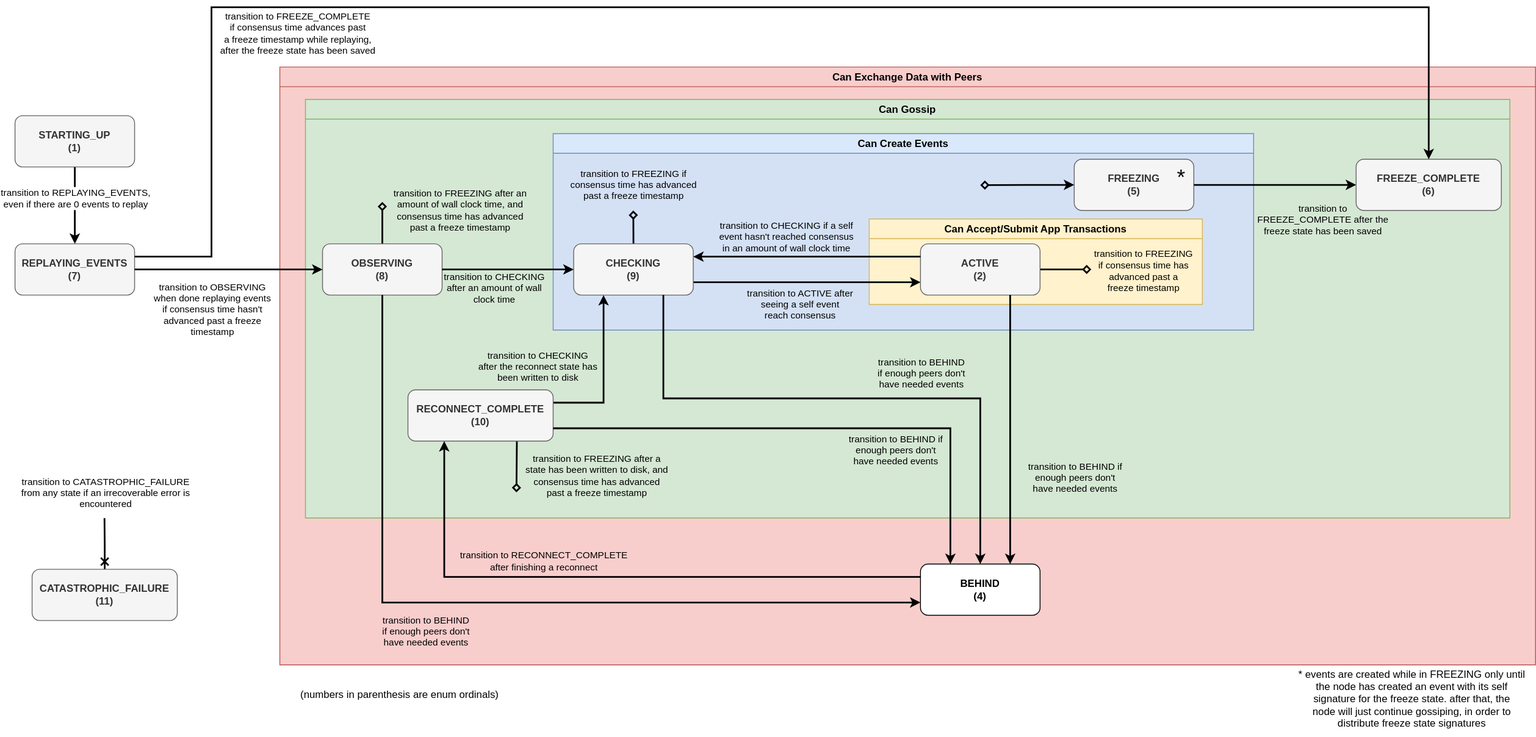
Earlier version of the draw.io export platform-sdk/docs/core/platform-status-transitions.svg (hashgraph/hedera-services). Source tidied: cells renumbered, new cells last; positions are measured from the earlier drawing's top-left corner, leaving out a move shared by most shapes.
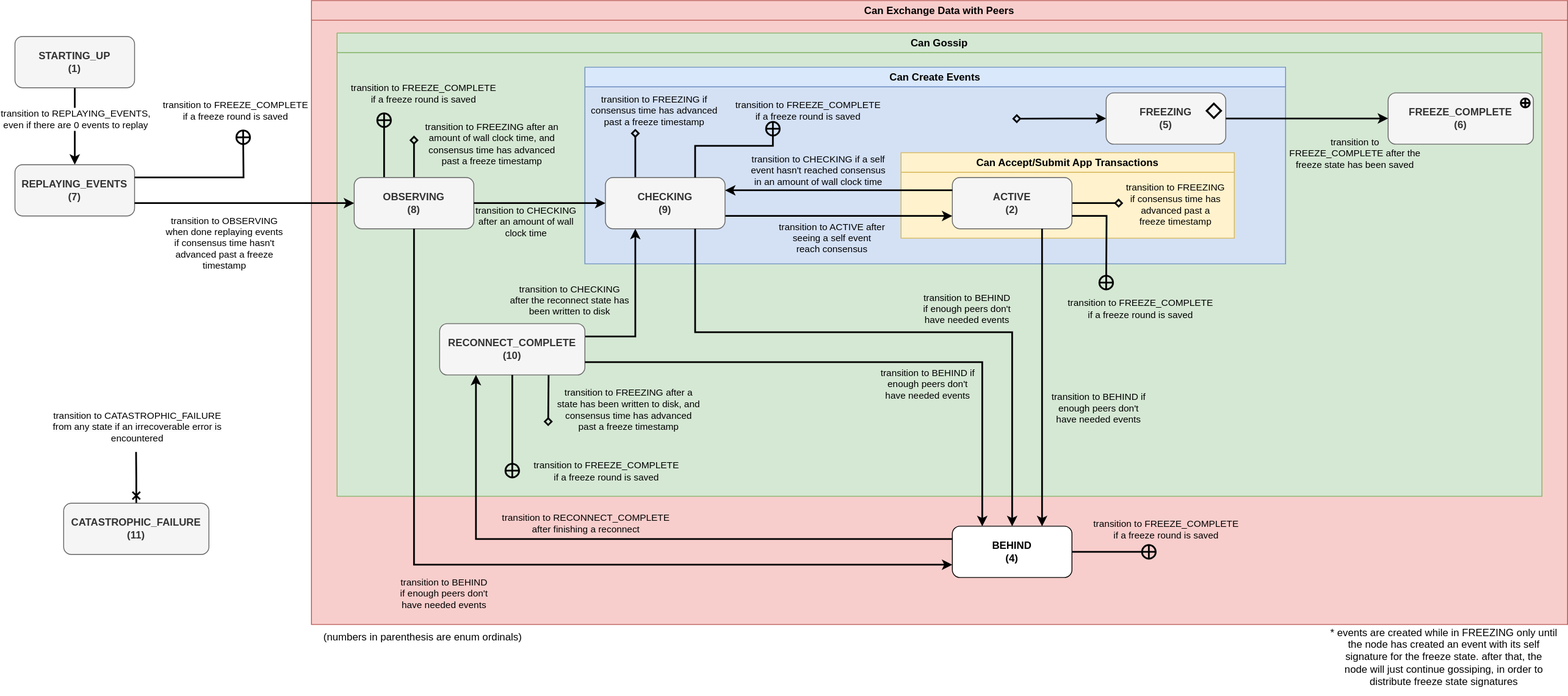
After the change.

The edit, as a diff of the source:
```diff
@@ -11,10 +11,10 @@
       </mxGeometry>
     </mxCell>
     <mxCell id="4" value="&lt;b&gt;STARTING_UP &lt;br&gt;(1)&lt;/b&gt;" style="rounded=1;whiteSpace=wrap;html=1;fillColor=#f5f5f5;fontColor=#333333;strokeColor=#666666;" parent="1" vertex="1">
-      <mxGeometry y="127" width="140" height="60" as="geometry" />
+      <mxGeometry x="-37" y="112" width="140" height="60" as="geometry" />
     </mxCell>
     <mxCell id="5" value="&lt;b&gt;REPLAYING_EVENTS (7)&lt;/b&gt;" style="rounded=1;whiteSpace=wrap;html=1;fillColor=#f5f5f5;fontColor=#333333;strokeColor=#666666;" parent="1" vertex="1">
-      <mxGeometry y="277" width="140" height="60" as="geometry" />
+      <mxGeometry x="-37" y="262" width="140" height="60" as="geometry" />
     </mxCell>
     <mxCell id="6" style="edgeStyle=orthogonalEdgeStyle;rounded=0;jettySize=auto;html=1;exitX=0.5;exitY=0;exitDx=0;exitDy=0;endArrow=none;endFill=0;strokeWidth=2;startArrow=cross;startFill=0;" parent="1" edge="1" source="8">
       <mxGeometry relative="1" as="geometry">
@@ -30,10 +30,10 @@
       <mxGeometry x="20" y="658.2" width="170" height="60" as="geometry" />
     </mxCell>
     <mxCell id="9" value="Can Exchange Data with Peers" style="swimlane;whiteSpace=wrap;html=1;fillColor=#f8cecc;strokeColor=#b85450;fillStyle=auto;swimlaneFillColor=#F8CECC;" parent="1" vertex="1">
-      <mxGeometry x="310" y="70" width="1470" height="700" as="geometry" />
+      <mxGeometry x="310" y="70" width="1470" height="730" as="geometry" />
     </mxCell>
     <mxCell id="10" value="Can Gossip" style="swimlane;whiteSpace=wrap;html=1;fillColor=#d5e8d4;strokeColor=#82b366;gradientColor=none;fillStyle=auto;swimlaneFillColor=#D5E8D4;" parent="9" vertex="1">
-      <mxGeometry x="30" y="38" width="1410" height="490" as="geometry" />
+      <mxGeometry x="30" y="38" width="1410" height="542" as="geometry" />
     </mxCell>
     <mxCell id="11" value="Can Create&amp;nbsp;Events" style="swimlane;whiteSpace=wrap;html=1;fillColor=#dae8fc;strokeColor=#6c8ebf;fillStyle=auto;swimlaneFillColor=#D4E1F5;" parent="10" vertex="1">
       <mxGeometry x="290" y="40" width="820" height="230" as="geometry" />
@@ -70,14 +70,17 @@
         <mxPoint x="-51" y="25" as="offset" />
       </mxGeometry>
     </mxCell>
-    <mxCell id="20" style="edgeStyle=orthogonalEdgeStyle;rounded=0;jettySize=auto;html=1;exitX=0.5;exitY=0;exitDx=0;exitDy=0;strokeWidth=2;endArrow=diamond;endFill=0;" parent="11" edge="1" source="22">
+    <mxCell id="20" style="edgeStyle=orthogonalEdgeStyle;rounded=0;jettySize=auto;html=1;exitX=0.25;exitY=0;exitDx=0;exitDy=0;strokeWidth=2;endArrow=diamond;endFill=0;" parent="11" edge="1" source="22">
       <mxGeometry relative="1" as="geometry">
-        <mxPoint x="93.8" y="90" as="targetPoint" />
+        <mxPoint x="59" y="72" as="targetPoint" />
+        <Array as="points">
+          <mxPoint x="59" y="82" />
+        </Array>
       </mxGeometry>
     </mxCell>
     <mxCell id="21" value="transition to FREEZING if&lt;br style=&quot;border-color: var(--border-color);&quot;&gt;&lt;span style=&quot;&quot;&gt;consensus time has advanced&lt;/span&gt;&lt;br style=&quot;border-color: var(--border-color);&quot;&gt;&lt;span style=&quot;&quot;&gt;past a freeze timestamp&lt;/span&gt;" style="edgeLabel;html=1;align=center;verticalAlign=middle;labelBackgroundColor=none;" parent="20" vertex="1">
       <mxGeometry x="0.05" relative="1" as="geometry">
-        <mxPoint y="-49" as="offset" />
+        <mxPoint x="21" y="-49" as="offset" />
       </mxGeometry>
     </mxCell>
     <mxCell id="22" value="&lt;b&gt;CHECKING&lt;br&gt;(9)&lt;br&gt;&lt;/b&gt;" style="rounded=1;whiteSpace=wrap;html=1;fillColor=#f5f5f5;fontColor=#333333;strokeColor=#666666;" parent="11" vertex="1">
@@ -91,8 +94,8 @@
         <mxPoint x="30" y="-25" as="offset" />
       </mxGeometry>
     </mxCell>
-    <mxCell id="25" value="&lt;font style=&quot;font-size: 25px;&quot;&gt;*&lt;/font&gt;" style="text;html=1;align=center;verticalAlign=middle;strokeColor=none;fillColor=none;" parent="11" vertex="1">
-      <mxGeometry x="720" y="30" width="30" height="40" as="geometry" />
+    <mxCell id="25" value="&lt;font size=&quot;1&quot; style=&quot;&quot;&gt;&lt;b style=&quot;font-size: 24px;&quot;&gt;◇&lt;/b&gt;&lt;/font&gt;" style="text;html=1;align=center;verticalAlign=middle;strokeColor=none;fillColor=none;" parent="11" vertex="1">
+      <mxGeometry x="715" y="30" width="40" height="40" as="geometry" />
     </mxCell>
     <mxCell id="26" style="edgeStyle=orthogonalEdgeStyle;rounded=0;jettySize=auto;html=1;exitX=0.5;exitY=0;exitDx=0;exitDy=0;endArrow=diamond;endFill=0;strokeWidth=2;" parent="10" edge="1" source="28">
       <mxGeometry relative="1" as="geometry">
@@ -104,6 +107,16 @@
         <mxPoint x="91" y="-12" as="offset" />
       </mxGeometry>
     </mxCell>
+    <mxCell id="56" style="edgeStyle=orthogonalEdgeStyle;rounded=0;jettySize=auto;html=1;exitX=0.25;exitY=0;exitDx=0;exitDy=0;endArrow=circlePlus;endFill=0;strokeWidth=2;" parent="10" edge="1" source="28">
+      <mxGeometry relative="1" as="geometry">
+        <mxPoint x="55" y="92" as="targetPoint" />
+      </mxGeometry>
+    </mxCell>
+    <mxCell id="57" value="transition to FREEZE_COMPLETE&lt;br&gt;if a freeze round is saved" style="edgeLabel;html=1;align=center;verticalAlign=middle;labelBackgroundColor=none;" parent="56" vertex="1">
+      <mxGeometry x="0.77" y="-3" relative="1" as="geometry">
+        <mxPoint x="42" y="-31" as="offset" />
+      </mxGeometry>
+    </mxCell>
     <mxCell id="28" value="&lt;b&gt;OBSERVING&lt;br&gt;(8)&lt;br&gt;&lt;/b&gt;" style="rounded=1;whiteSpace=wrap;html=1;fillColor=#f5f5f5;fontColor=#333333;strokeColor=#666666;" parent="10" vertex="1">
       <mxGeometry x="20" y="169" width="140" height="60" as="geometry" />
     </mxCell>
@@ -136,7 +149,7 @@
     <mxCell id="35" value="&lt;b&gt;RECONNECT_COMPLETE&lt;br&gt;(10)&lt;br&gt;&lt;/b&gt;" style="rounded=1;whiteSpace=wrap;html=1;fillColor=#f5f5f5;fontColor=#333333;strokeColor=#666666;" parent="10" vertex="1">
       <mxGeometry x="120" y="340" width="170" height="60" as="geometry" />
     </mxCell>
-    <mxCell id="36" value="&lt;b&gt;FREEZE_COMPLETE&lt;br&gt;(6)&lt;br&gt;&lt;/b&gt;" style="rounded=1;whiteSpace=wrap;html=1;fillColor=#f5f5f5;fontColor=#333333;strokeColor=#666666;" parent="10" vertex="1">
+    <mxCell id="36" value="&lt;b&gt;FREEZE_COMPLETE&lt;br&gt;&lt;/b&gt;&lt;b&gt;(6)&lt;br&gt;&lt;/b&gt;" style="rounded=1;whiteSpace=wrap;html=1;fillColor=#f5f5f5;fontColor=#333333;strokeColor=#666666;" parent="10" vertex="1">
       <mxGeometry x="1230" y="70" width="170" height="60" as="geometry" />
     </mxCell>
     <mxCell id="37" style="edgeStyle=orthogonalEdgeStyle;rounded=0;jettySize=auto;html=1;exitX=1;exitY=0.5;exitDx=0;exitDy=0;strokeWidth=2;" parent="10" edge="1" source="17" target="36">
@@ -147,21 +160,29 @@
         <mxPoint x="44" y="41" as="offset" />
       </mxGeometry>
     </mxCell>
+    <mxCell id="58" value="&lt;b&gt;&lt;font style=&quot;font-size: 18px;&quot;&gt;⊕&lt;/font&gt;&lt;/b&gt;" style="text;html=1;align=center;verticalAlign=middle;strokeColor=none;fillColor=none;" parent="10" vertex="1">
+      <mxGeometry x="1370" y="62" width="40" height="40" as="geometry" />
+    </mxCell>
     <mxCell id="39" value="&lt;b&gt;BEHIND&lt;br&gt;(4)&lt;br&gt;&lt;/b&gt;" style="rounded=1;whiteSpace=wrap;html=1;" parent="9" vertex="1">
-      <mxGeometry x="750" y="582" width="140" height="60" as="geometry" />
+      <mxGeometry x="750" y="615" width="140" height="60" as="geometry" />
     </mxCell>
     <mxCell id="40" style="edgeStyle=orthogonalEdgeStyle;rounded=0;jettySize=auto;html=1;exitX=0.75;exitY=1;exitDx=0;exitDy=0;strokeWidth=2;entryX=0.75;entryY=0;entryDx=0;entryDy=0;" parent="9" edge="1" source="15" target="39">
-      <mxGeometry relative="1" as="geometry" />
+      <mxGeometry relative="1" as="geometry">
+        <Array as="points">
+          <mxPoint x="855" y="280" />
+          <mxPoint x="855" y="280" />
+        </Array>
+      </mxGeometry>
     </mxCell>
     <mxCell id="41" value="transition to BEHIND if&lt;br&gt;enough peers don't&lt;br&gt;have needed events" style="edgeLabel;html=1;align=center;verticalAlign=middle;labelBackgroundColor=none;" parent="40" vertex="1">
       <mxGeometry x="-0.1" relative="1" as="geometry">
-        <mxPoint x="75" y="71" as="offset" />
+        <mxPoint x="65" y="52" as="offset" />
       </mxGeometry>
     </mxCell>
     <mxCell id="42" style="edgeStyle=orthogonalEdgeStyle;rounded=0;jettySize=auto;html=1;exitX=0.5;exitY=1;exitDx=0;exitDy=0;entryX=0;entryY=0.75;entryDx=0;entryDy=0;strokeWidth=2;" parent="9" edge="1" source="28" target="39">
       <mxGeometry relative="1" as="geometry">
         <Array as="points">
-          <mxPoint x="120" y="627" />
+          <mxPoint x="120" y="660" />
         </Array>
       </mxGeometry>
     </mxCell>
@@ -175,7 +196,7 @@
     </mxCell>
     <mxCell id="45" value="transition to RECONNECT_COMPLETE&lt;br&gt;after finishing a reconnect" style="edgeLabel;html=1;align=center;verticalAlign=middle;labelBackgroundColor=none;" parent="44" vertex="1">
       <mxGeometry x="-0.01" relative="1" as="geometry">
-        <mxPoint x="-87" y="-19" as="offset" />
+        <mxPoint x="-58" y="-19" as="offset" />
       </mxGeometry>
     </mxCell>
     <mxCell id="46" style="edgeStyle=orthogonalEdgeStyle;rounded=0;jettySize=auto;html=1;exitX=0.75;exitY=1;exitDx=0;exitDy=0;entryX=0.5;entryY=0;entryDx=0;entryDy=0;strokeWidth=2;" parent="9" edge="1" source="22" target="39">
@@ -188,7 +209,7 @@
     </mxCell>
     <mxCell id="47" value="transition to BEHIND&lt;br style=&quot;border-color: var(--border-color);&quot;&gt;&lt;span style=&quot;&quot;&gt;if enough peers don't&lt;/span&gt;&lt;br style=&quot;border-color: var(--border-color);&quot;&gt;&lt;span style=&quot;&quot;&gt;have needed events&lt;/span&gt;" style="edgeLabel;html=1;align=center;verticalAlign=middle;labelBackgroundColor=none;" parent="46" vertex="1">
       <mxGeometry x="0.39" y="1" relative="1" as="geometry">
-        <mxPoint x="-55" y="-29" as="offset" />
+        <mxPoint x="-55" y="-36" as="offset" />
       </mxGeometry>
     </mxCell>
     <mxCell id="48" style="edgeStyle=orthogonalEdgeStyle;rounded=0;jettySize=auto;html=1;exitX=1;exitY=0.75;exitDx=0;exitDy=0;entryX=0.25;entryY=0;entryDx=0;entryDy=0;strokeWidth=2;" parent="9" edge="1" source="35" target="39">
@@ -196,10 +217,10 @@
     </mxCell>
     <mxCell id="49" value="transition to BEHIND if&lt;br&gt;enough peers don't&lt;br&gt;have needed events" style="edgeLabel;html=1;align=center;verticalAlign=middle;labelBackgroundColor=none;" parent="48" vertex="1">
       <mxGeometry x="0.03" y="-1" relative="1" as="geometry">
-        <mxPoint x="79" y="24" as="offset" />
+        <mxPoint x="62" y="24" as="offset" />
       </mxGeometry>
     </mxCell>
-    <mxCell id="50" style="edgeStyle=orthogonalEdgeStyle;rounded=0;jettySize=auto;html=1;exitX=1;exitY=0.5;exitDx=0;exitDy=0;strokeWidth=2;" parent="1" edge="1" source="5" target="28">
+    <mxCell id="50" style="edgeStyle=orthogonalEdgeStyle;rounded=0;jettySize=auto;html=1;exitX=1;exitY=0.75;exitDx=0;exitDy=0;strokeWidth=2;" parent="1" edge="1" source="5" target="28">
       <mxGeometry relative="1" as="geometry" />
     </mxCell>
     <mxCell id="51" value="transition to OBSERVING&lt;br&gt;when done replaying events&lt;br&gt;if consensus time hasn't&lt;br&gt;advanced past a freeze&lt;br&gt;timestamp" style="edgeLabel;html=1;align=center;verticalAlign=middle;" parent="50" vertex="1">
@@ -208,24 +229,64 @@
       </mxGeometry>
     </mxCell>
     <mxCell id="52" value="* events are created while in FREEZING only until&lt;br&gt;the node has created an event with its self&lt;br&gt;signature for the freeze state. after that, the&lt;br&gt;node will just continue gossiping, in order to&lt;br&gt;distribute freeze state signatures" style="text;html=1;align=center;verticalAlign=middle;strokeColor=none;fillColor=none;" parent="1" vertex="1">
-      <mxGeometry x="1490" y="765" width="290" height="90" as="geometry" />
+      <mxGeometry x="1490" y="793" width="290" height="90" as="geometry" />
     </mxCell>
-    <mxCell id="53" style="edgeStyle=orthogonalEdgeStyle;rounded=0;jettySize=auto;html=1;exitX=1;exitY=0.25;exitDx=0;exitDy=0;entryX=0.5;entryY=0;entryDx=0;entryDy=0;strokeWidth=2;" parent="1" edge="1" source="5" target="36">
-      <mxGeometry relative="1" as="geometry">
-        <Array as="points">
-          <mxPoint x="230" y="292" />
-          <mxPoint x="230" />
-          <mxPoint x="1655" />
-        </Array>
-      </mxGeometry>
-    </mxCell>
-    <mxCell id="54" value="transition to FREEZE_COMPLETE&lt;br&gt;if consensus time advances past&lt;br&gt;a freeze timestamp while replaying,&lt;br&gt;after the freeze state has been saved" style="edgeLabel;html=1;align=center;verticalAlign=middle;" parent="53" vertex="1">
-      <mxGeometry x="-0.05" relative="1" as="geometry">
-        <mxPoint x="-461" y="30" as="offset" />
-      </mxGeometry>
-    </mxCell>
     <mxCell id="55" value="(numbers in parenthesis are enum ordinals)" style="text;html=1;align=center;verticalAlign=middle;strokeColor=none;fillColor=none;" parent="1" vertex="1">
-      <mxGeometry x="320" y="790" width="260" height="30" as="geometry" />
+      <mxGeometry x="310" y="800" width="260" height="30" as="geometry" />
     </mxCell>
+    <mxCell id="59" style="edgeStyle=orthogonalEdgeStyle;rounded=0;jettySize=auto;html=1;exitX=1;exitY=0.25;exitDx=0;exitDy=0;endArrow=circlePlus;endFill=0;strokeWidth=2;" parent="1" edge="1" source="5">
+      <mxGeometry relative="1" as="geometry">
+        <mxPoint x="230" y="220" as="targetPoint" />
+      </mxGeometry>
+    </mxCell>
+    <mxCell id="60" value="transition to FREEZE_COMPLETE&lt;br&gt;if a freeze round is saved" style="edgeLabel;html=1;align=center;verticalAlign=middle;labelBackgroundColor=none;" parent="59" vertex="1">
+      <mxGeometry x="0.77" y="-3" relative="1" as="geometry">
+        <mxPoint x="-13" y="-43" as="offset" />
+      </mxGeometry>
+    </mxCell>
+    <mxCell id="61" style="edgeStyle=orthogonalEdgeStyle;rounded=0;jettySize=auto;html=1;exitX=0.75;exitY=0;exitDx=0;exitDy=0;endArrow=circlePlus;endFill=0;strokeWidth=2;" parent="1" edge="1" source="22">
+      <mxGeometry relative="1" as="geometry">
+        <mxPoint x="850" y="210" as="targetPoint" />
+        <Array as="points">
+          <mxPoint x="759" y="240" />
+          <mxPoint x="850" y="240" />
+        </Array>
+      </mxGeometry>
+    </mxCell>
+    <mxCell id="62" value="transition to FREEZE_COMPLETE&lt;br&gt;if a freeze round is saved" style="edgeLabel;html=1;align=center;verticalAlign=middle;labelBackgroundColor=none;" parent="61" vertex="1">
+      <mxGeometry x="0.77" y="-3" relative="1" as="geometry">
+        <mxPoint x="37" y="-31" as="offset" />
+      </mxGeometry>
+    </mxCell>
+    <mxCell id="63" style="edgeStyle=orthogonalEdgeStyle;rounded=0;jettySize=auto;html=1;exitX=0.5;exitY=1;exitDx=0;exitDy=0;endArrow=circlePlus;endFill=0;strokeWidth=2;" parent="1" edge="1" source="35">
+      <mxGeometry relative="1" as="geometry">
+        <mxPoint x="545" y="630" as="targetPoint" />
+      </mxGeometry>
+    </mxCell>
+    <mxCell id="64" value="transition to FREEZE_COMPLETE&lt;br&gt;if a freeze round is saved" style="edgeLabel;html=1;align=center;verticalAlign=middle;labelBackgroundColor=none;" parent="63" vertex="1">
+      <mxGeometry x="0.77" y="-3" relative="1" as="geometry">
+        <mxPoint x="112" y="5" as="offset" />
+      </mxGeometry>
+    </mxCell>
+    <mxCell id="65" style="edgeStyle=orthogonalEdgeStyle;rounded=0;jettySize=auto;html=1;exitX=1;exitY=0.5;exitDx=0;exitDy=0;endArrow=circlePlus;endFill=0;strokeWidth=2;" parent="1" edge="1" source="39">
+      <mxGeometry relative="1" as="geometry">
+        <mxPoint x="1300" y="715" as="targetPoint" />
+      </mxGeometry>
+    </mxCell>
+    <mxCell id="66" value="transition to FREEZE_COMPLETE&lt;br&gt;if a freeze round is saved" style="edgeLabel;html=1;align=center;verticalAlign=middle;labelBackgroundColor=none;" parent="65" vertex="1">
+      <mxGeometry x="0.77" y="-3" relative="1" as="geometry">
+        <mxPoint x="21" y="-30" as="offset" />
+      </mxGeometry>
+    </mxCell>
+    <mxCell id="67" style="edgeStyle=orthogonalEdgeStyle;rounded=0;jettySize=auto;html=1;exitX=1;exitY=0.75;exitDx=0;exitDy=0;endArrow=circlePlus;endFill=0;strokeWidth=2;" parent="1" edge="1" source="15">
+      <mxGeometry relative="1" as="geometry">
+        <mxPoint x="1240" y="410" as="targetPoint" />
+      </mxGeometry>
+    </mxCell>
+    <mxCell id="68" value="transition to FREEZE_COMPLETE&lt;br&gt;if a freeze round is saved" style="edgeLabel;html=1;align=center;verticalAlign=middle;labelBackgroundColor=none;" parent="67" vertex="1">
+      <mxGeometry x="0.77" y="-3" relative="1" as="geometry">
+        <mxPoint x="42" y="36" as="offset" />
+      </mxGeometry>
+    </mxCell>
   </root>
 </mxGraphModel>
```
